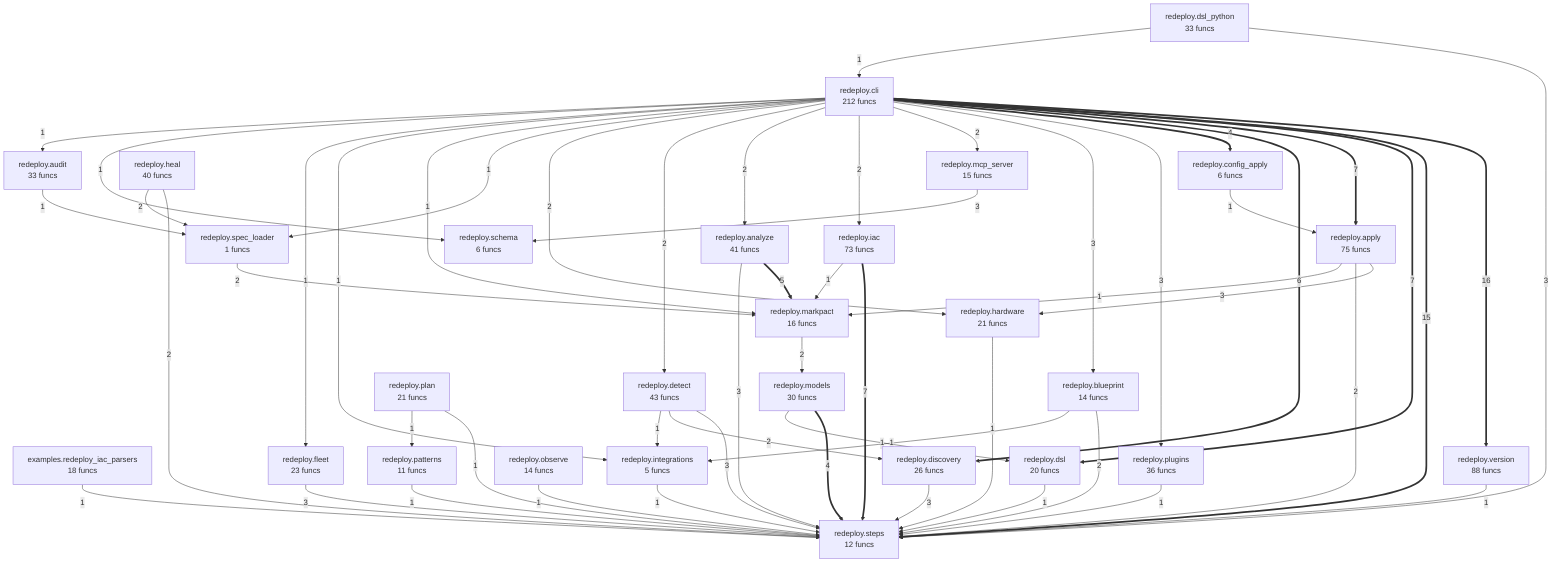
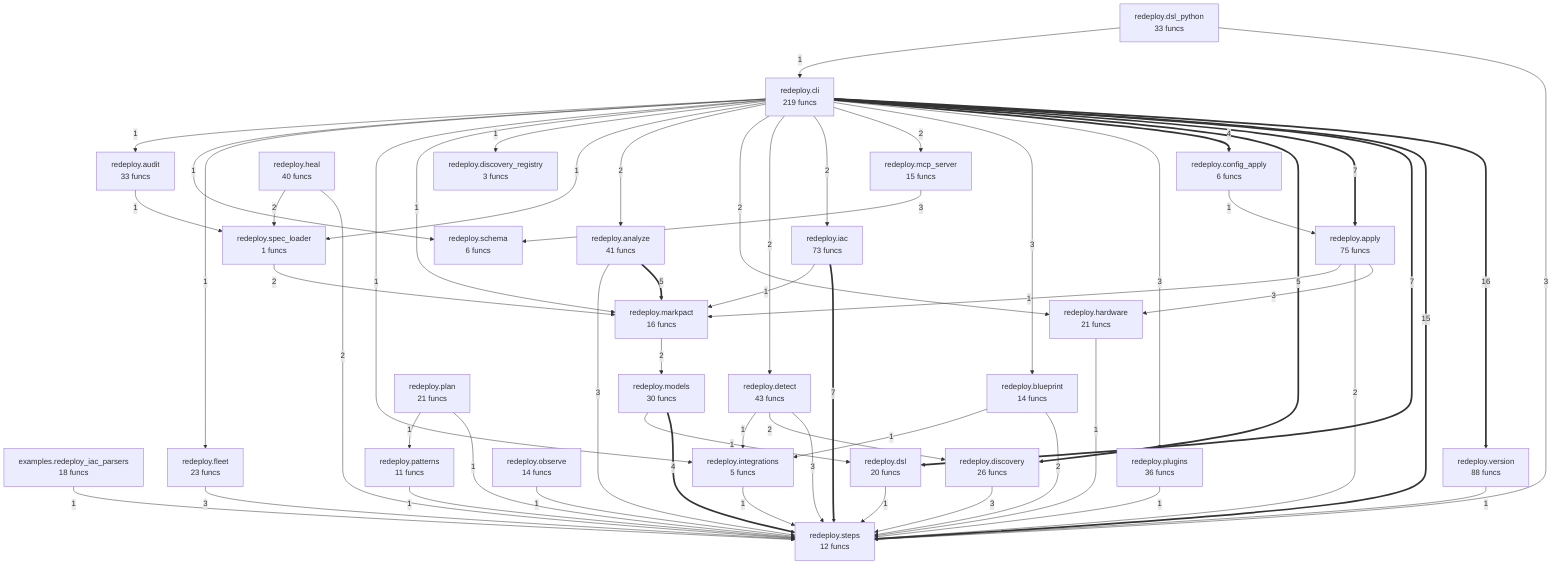
flowchart TD
%% generated in 0.02s
    examples__redeploy_iac_parsers["examples.redeploy_iac_parsers<br/>18 funcs"]
    redeploy__analyze["redeploy.analyze<br/>41 funcs"]
    redeploy__apply["redeploy.apply<br/>75 funcs"]
    redeploy__audit["redeploy.audit<br/>33 funcs"]
    redeploy__blueprint["redeploy.blueprint<br/>14 funcs"]
-     redeploy__cli["redeploy.cli<br/>212 funcs"]
+     redeploy__cli["redeploy.cli<br/>219 funcs"]
    redeploy__config_apply["redeploy.config_apply<br/>6 funcs"]
    redeploy__detect["redeploy.detect<br/>43 funcs"]
    redeploy__discovery["redeploy.discovery<br/>26 funcs"]
+     redeploy__discovery_registry["redeploy.discovery_registry<br/>3 funcs"]
    redeploy__dsl["redeploy.dsl<br/>20 funcs"]
    redeploy__dsl_python["redeploy.dsl_python<br/>33 funcs"]
    redeploy__fleet["redeploy.fleet<br/>23 funcs"]
    redeploy__hardware["redeploy.hardware<br/>21 funcs"]
    redeploy__heal["redeploy.heal<br/>40 funcs"]
    redeploy__iac["redeploy.iac<br/>73 funcs"]
    redeploy__integrations["redeploy.integrations<br/>5 funcs"]
    redeploy__markpact["redeploy.markpact<br/>16 funcs"]
    redeploy__mcp_server["redeploy.mcp_server<br/>15 funcs"]
    redeploy__models["redeploy.models<br/>30 funcs"]
    redeploy__observe["redeploy.observe<br/>14 funcs"]
    redeploy__patterns["redeploy.patterns<br/>11 funcs"]
    redeploy__plan["redeploy.plan<br/>21 funcs"]
    redeploy__plugins["redeploy.plugins<br/>36 funcs"]
    redeploy__schema["redeploy.schema<br/>6 funcs"]
    redeploy__spec_loader["redeploy.spec_loader<br/>1 funcs"]
    redeploy__steps["redeploy.steps<br/>12 funcs"]
    redeploy__version["redeploy.version<br/>88 funcs"]
    redeploy__cli ==>|16| redeploy__version
    redeploy__cli ==>|15| redeploy__steps
    redeploy__cli ==>|7| redeploy__dsl
    redeploy__cli ==>|7| redeploy__apply
    redeploy__iac ==>|7| redeploy__steps
-     redeploy__cli ==>|6| redeploy__discovery
    redeploy__analyze ==>|5| redeploy__markpact
+     redeploy__cli ==>|5| redeploy__discovery
    redeploy__models ==>|4| redeploy__steps
    redeploy__cli ==>|4| redeploy__config_apply
    redeploy__fleet -->|3| redeploy__steps
-     redeploy__discovery -->|3| redeploy__steps
    redeploy__mcp_server -->|3| redeploy__schema
    redeploy__detect -->|3| redeploy__steps
+     redeploy__analyze -->|3| redeploy__steps
    redeploy__cli -->|3| redeploy__plugins
    redeploy__cli -->|3| redeploy__blueprint
    redeploy__dsl_python -->|3| redeploy__steps
    redeploy__apply -->|3| redeploy__hardware
-     redeploy__analyze -->|3| redeploy__steps
+     redeploy__discovery -->|3| redeploy__steps
    redeploy__heal -->|2| redeploy__steps
    redeploy__heal -->|2| redeploy__spec_loader
    redeploy__spec_loader -->|2| redeploy__markpact
    redeploy__detect -->|2| redeploy__discovery
    redeploy__cli -->|2| redeploy__mcp_server
    redeploy__cli -->|2| redeploy__iac
-     redeploy__cli -->|2| redeploy__analyze
    redeploy__cli -->|2| redeploy__detect
    redeploy__cli -->|2| redeploy__hardware
    redeploy__markpact -->|2| redeploy__models
    redeploy__apply -->|2| redeploy__steps
    redeploy__blueprint -->|2| redeploy__steps
+     redeploy__cli -->|2| redeploy__analyze
    redeploy__observe -->|1| redeploy__steps
    redeploy__patterns -->|1| redeploy__steps
    redeploy__detect -->|1| redeploy__integrations
    redeploy__config_apply -->|1| redeploy__apply
    redeploy__models -->|1| redeploy__dsl
    redeploy__cli -->|1| redeploy__spec_loader
+     redeploy__cli -->|1| redeploy__discovery_registry
    redeploy__cli -->|1| redeploy__markpact
    redeploy__cli -->|1| redeploy__integrations
    redeploy__cli -->|1| redeploy__fleet
    redeploy__cli -->|1| redeploy__schema
    redeploy__cli -->|1| redeploy__audit
+     redeploy__audit -->|1| redeploy__spec_loader
    redeploy__plugins -->|1| redeploy__steps
    redeploy__dsl_python -->|1| redeploy__cli
    redeploy__hardware -->|1| redeploy__steps
    redeploy__apply -->|1| redeploy__markpact
    redeploy__version -->|1| redeploy__steps
    redeploy__plan -->|1| redeploy__steps
    redeploy__plan -->|1| redeploy__patterns
    redeploy__blueprint -->|1| redeploy__integrations
    redeploy__integrations -->|1| redeploy__steps
    redeploy__dsl -->|1| redeploy__steps
    redeploy__iac -->|1| redeploy__markpact
    examples__redeploy_iac_parsers -->|1| redeploy__steps
-     redeploy__audit -->|1| redeploy__spec_loader
